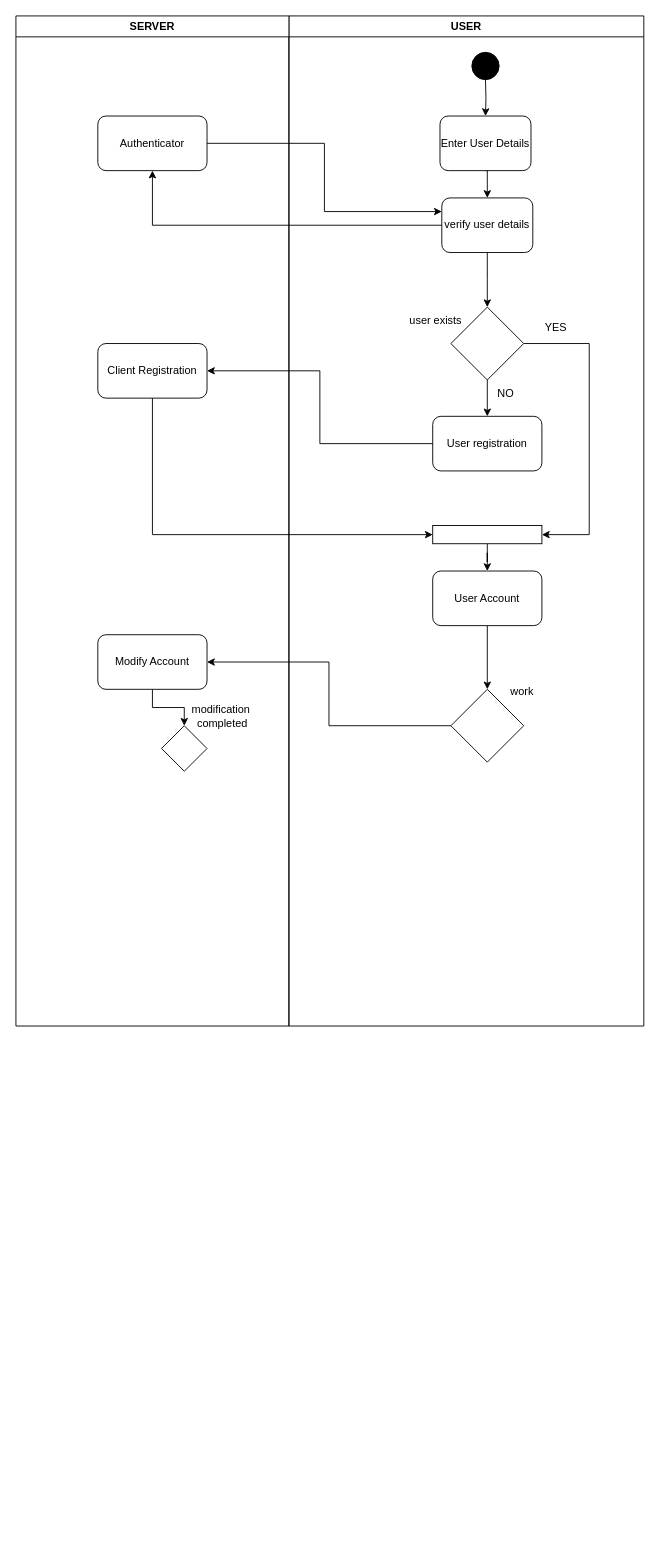
Earlier version of the draw.io diagram Activity Diagram Lab 5.drawio (Jainil2004/SEPM). Source tidied: cells renumbered, new cells numbered last; positions are measured from the earlier drawing's top-left corner, leaving out a move shared by most shapes. Both pictures are drawn from the tidied source at 91%, with x=0, y=0 at pixel (15, 15).
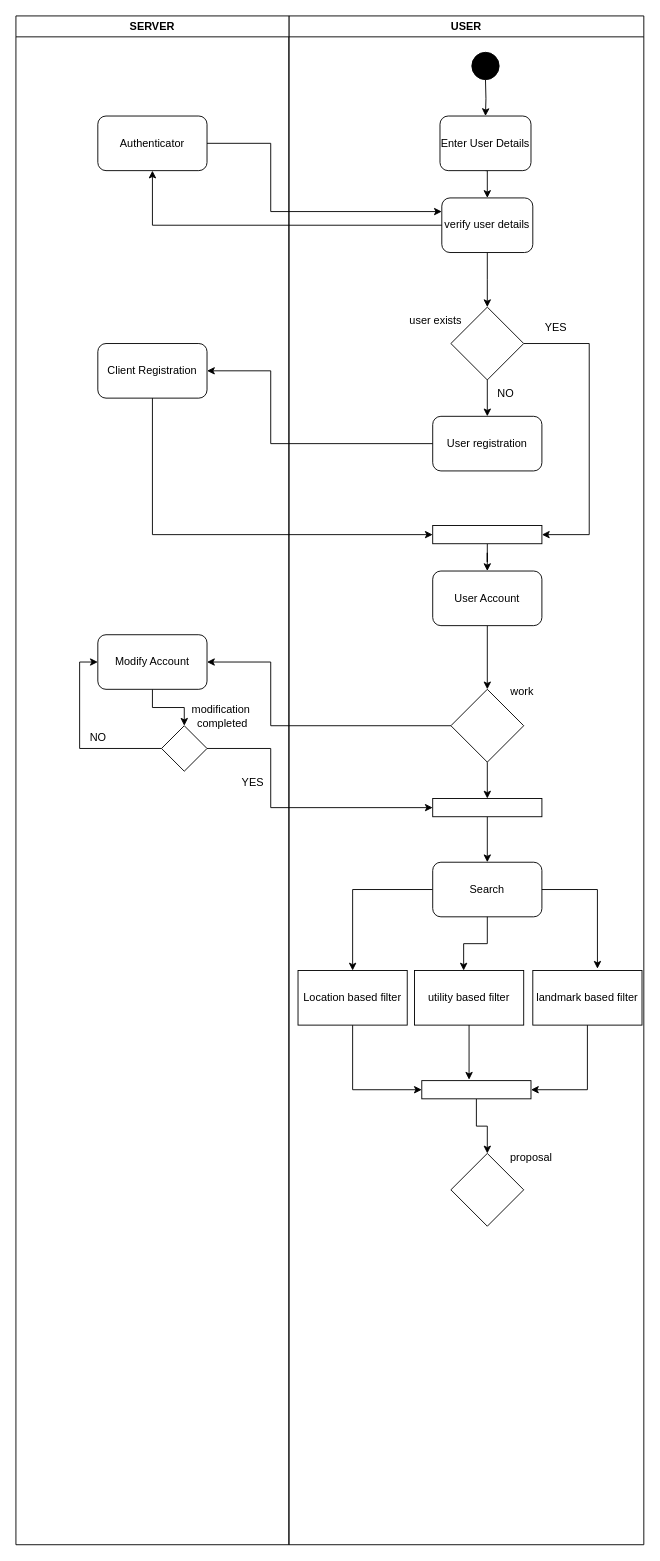
Above is the later version.

Unchanged cells that the change refers to:
```xml
<mxCell id="8" value="verify user details" style="rounded=1;whiteSpace=wrap;html=1;strokeColor=default;align=center;verticalAlign=middle;fontFamily=Helvetica;fontSize=12;fontColor=default;fillColor=default;" parent="2" vertex="1">
  <mxGeometry x="168" y="200" width="100" height="60" as="geometry" />
</mxCell>
<mxCell id="12" value="User registration" style="rounded=1;whiteSpace=wrap;html=1;strokeColor=default;align=center;verticalAlign=middle;fontFamily=Helvetica;fontSize=12;fontColor=default;fillColor=default;" parent="2" vertex="1">
  <mxGeometry x="158" y="440" width="120" height="60" as="geometry" />
</mxCell>
<mxCell id="18" style="rhombus;whiteSpace=wrap;html=1;strokeColor=default;align=center;verticalAlign=middle;fontFamily=Helvetica;fontSize=12;fontColor=default;fillColor=default;" parent="2" vertex="1">
  <mxGeometry x="178" y="740" width="80" height="80" as="geometry" />
</mxCell>
<mxCell id="23" value="Authenticator" style="rounded=1;whiteSpace=wrap;html=1;strokeColor=default;align=center;verticalAlign=middle;fontFamily=Helvetica;fontSize=12;fontColor=default;fillColor=default;" parent="22" vertex="1">
  <mxGeometry x="90" y="110" width="120" height="60" as="geometry" />
</mxCell>
<mxCell id="24" value="Client Registration" style="rounded=1;whiteSpace=wrap;html=1;strokeColor=default;align=center;verticalAlign=middle;fontFamily=Helvetica;fontSize=12;fontColor=default;fillColor=default;" parent="22" vertex="1">
  <mxGeometry x="90" y="360" width="120" height="60" as="geometry" />
</mxCell>
<mxCell id="26" value="Modify Account" style="rounded=1;whiteSpace=wrap;html=1;strokeColor=default;align=center;verticalAlign=middle;fontFamily=Helvetica;fontSize=12;fontColor=default;fillColor=default;" parent="22" vertex="1">
  <mxGeometry x="90" y="680" width="120" height="60" as="geometry" />
</mxCell>
<mxCell id="27" style="rhombus;whiteSpace=wrap;html=1;strokeColor=default;align=center;verticalAlign=middle;fontFamily=Helvetica;fontSize=12;fontColor=default;fillColor=default;" parent="22" vertex="1">
  <mxGeometry x="160" y="780" width="50" height="50" as="geometry" />
</mxCell>
```

What changed in the source:
```diff
@@
     <mxCell id="2" value="USER" style="swimlane;whiteSpace=wrap;html=1;" parent="1" vertex="1">
-      <mxGeometry x="300" width="390" height="1110" as="geometry" />
+      <mxGeometry x="300" width="390" height="1680" as="geometry" />
     </mxCell>
@@
+    <mxCell id="34" style="edgeStyle=orthogonalEdgeStyle;rounded=0;jettySize=auto;html=1;entryX=0.5;entryY=0;entryDx=0;entryDy=0;fontFamily=Helvetica;fontSize=12;fontColor=default;" parent="2" edge="1" source="18" target="38">
+      <mxGeometry relative="1" as="geometry" />
+    </mxCell>
@@
+    <mxCell id="35" style="edgeStyle=orthogonalEdgeStyle;rounded=0;jettySize=auto;html=1;entryX=0.5;entryY=0;entryDx=0;entryDy=0;fontFamily=Helvetica;fontSize=12;fontColor=default;" parent="2" edge="1" source="36" target="40">
+      <mxGeometry relative="1" as="geometry" />
+    </mxCell>
+    <mxCell id="36" value="&lt;div&gt;Search&lt;/div&gt;" style="rounded=1;whiteSpace=wrap;html=1;strokeColor=default;align=center;verticalAlign=middle;fontFamily=Helvetica;fontSize=12;fontColor=default;fillColor=default;" parent="2" vertex="1">
+      <mxGeometry x="158" y="930" width="120" height="60" as="geometry" />
+    </mxCell>
+    <mxCell id="37" style="edgeStyle=orthogonalEdgeStyle;rounded=0;jettySize=auto;html=1;entryX=0.5;entryY=0;entryDx=0;entryDy=0;fontFamily=Helvetica;fontSize=12;fontColor=default;" parent="2" edge="1" source="38" target="36">
+      <mxGeometry relative="1" as="geometry" />
+    </mxCell>
+    <mxCell id="38" style="rounded=0;whiteSpace=wrap;html=1;strokeColor=default;align=center;verticalAlign=middle;fontFamily=Helvetica;fontSize=12;fontColor=default;fillColor=default;" parent="2" vertex="1">
+      <mxGeometry x="158" y="860" width="120" height="20" as="geometry" />
+    </mxCell>
+    <mxCell id="39" style="edgeStyle=orthogonalEdgeStyle;rounded=0;jettySize=auto;html=1;entryX=0;entryY=0.5;entryDx=0;entryDy=0;fontFamily=Helvetica;fontSize=12;fontColor=default;" parent="2" edge="1" source="40" target="47">
+      <mxGeometry relative="1" as="geometry">
+        <Array as="points">
+          <mxPoint x="70" y="1180" />
+        </Array>
+      </mxGeometry>
+    </mxCell>
+    <mxCell id="40" value="Location based filter" style="whiteSpace=wrap;html=1;strokeColor=default;align=center;verticalAlign=middle;fontFamily=Helvetica;fontSize=12;fontColor=default;fillColor=default;" parent="2" vertex="1">
+      <mxGeometry x="10" y="1049" width="120" height="60" as="geometry" />
+    </mxCell>
+    <mxCell id="41" style="edgeStyle=orthogonalEdgeStyle;rounded=0;jettySize=auto;html=1;entryX=1;entryY=0.5;entryDx=0;entryDy=0;fontFamily=Helvetica;fontSize=12;fontColor=default;" parent="2" edge="1" source="42" target="47">
+      <mxGeometry relative="1" as="geometry">
+        <Array as="points">
+          <mxPoint x="328" y="1180" />
+        </Array>
+      </mxGeometry>
+    </mxCell>
+    <mxCell id="42" value="landmark based filter" style="whiteSpace=wrap;html=1;strokeColor=default;align=center;verticalAlign=middle;fontFamily=Helvetica;fontSize=12;fontColor=default;fillColor=default;" parent="2" vertex="1">
+      <mxGeometry x="268" y="1049" width="120" height="60" as="geometry" />
+    </mxCell>
+    <mxCell id="43" value="utility based filter" style="whiteSpace=wrap;html=1;strokeColor=default;align=center;verticalAlign=middle;fontFamily=Helvetica;fontSize=12;fontColor=default;fillColor=default;" parent="2" vertex="1">
+      <mxGeometry x="138" y="1049" width="120" height="60" as="geometry" />
+    </mxCell>
+    <mxCell id="44" style="edgeStyle=orthogonalEdgeStyle;rounded=0;jettySize=auto;html=1;entryX=0.45;entryY=0;entryDx=0;entryDy=0;entryPerimeter=0;fontFamily=Helvetica;fontSize=12;fontColor=default;" parent="2" edge="1" source="36" target="43">
+      <mxGeometry relative="1" as="geometry" />
+    </mxCell>
+    <mxCell id="45" style="edgeStyle=orthogonalEdgeStyle;rounded=0;jettySize=auto;html=1;entryX=0.592;entryY=-0.033;entryDx=0;entryDy=0;entryPerimeter=0;fontFamily=Helvetica;fontSize=12;fontColor=default;" parent="2" edge="1" source="36" target="42">
+      <mxGeometry relative="1" as="geometry">
+        <Array as="points">
+          <mxPoint x="339" y="960" />
+        </Array>
+      </mxGeometry>
+    </mxCell>
+    <mxCell id="46" style="edgeStyle=orthogonalEdgeStyle;rounded=0;jettySize=auto;html=1;entryX=0.5;entryY=0;entryDx=0;entryDy=0;fontFamily=Helvetica;fontSize=12;fontColor=default;" parent="2" edge="1" source="47" target="49">
+      <mxGeometry relative="1" as="geometry" />
+    </mxCell>
+    <mxCell id="47" style="rounded=0;whiteSpace=wrap;html=1;strokeColor=default;align=center;verticalAlign=middle;fontFamily=Helvetica;fontSize=12;fontColor=default;fillColor=default;" parent="2" vertex="1">
+      <mxGeometry x="146" y="1170" width="120" height="20" as="geometry" />
+    </mxCell>
+    <mxCell id="48" style="edgeStyle=orthogonalEdgeStyle;rounded=0;jettySize=auto;html=1;entryX=0.433;entryY=-0.05;entryDx=0;entryDy=0;entryPerimeter=0;fontFamily=Helvetica;fontSize=12;fontColor=default;" parent="2" edge="1" source="43" target="47">
+      <mxGeometry relative="1" as="geometry" />
+    </mxCell>
+    <mxCell id="49" style="rhombus;whiteSpace=wrap;html=1;strokeColor=default;align=center;verticalAlign=middle;fontFamily=Helvetica;fontSize=12;fontColor=default;fillColor=default;" parent="2" vertex="1">
+      <mxGeometry x="178" y="1250" width="80" height="80" as="geometry" />
+    </mxCell>
+    <mxCell id="50" value="proposal" style="text;html=1;align=center;verticalAlign=middle;strokeColor=none;fillColor=none;fontFamily=Helvetica;fontSize=12;fontColor=default;" parent="2" vertex="1">
+      <mxGeometry x="231" y="1240" width="70" height="30" as="geometry" />
+    </mxCell>
     <mxCell id="22" value="SERVER" style="swimlane;whiteSpace=wrap;html=1;" parent="1" vertex="1">
-      <mxGeometry width="300" height="1110" as="geometry" />
+      <mxGeometry width="300" height="1680" as="geometry" />
     </mxCell>
@@
+    <mxCell id="51" style="edgeStyle=orthogonalEdgeStyle;rounded=0;jettySize=auto;html=1;entryX=0;entryY=0.5;entryDx=0;entryDy=0;fontFamily=Helvetica;fontSize=12;fontColor=default;" parent="22" edge="1" source="27" target="26">
+      <mxGeometry relative="1" as="geometry">
+        <Array as="points">
+          <mxPoint x="70" y="805" />
+          <mxPoint x="70" y="710" />
+        </Array>
+      </mxGeometry>
+    </mxCell>
@@
     <mxCell id="30" style="edgeStyle=orthogonalEdgeStyle;rounded=0;jettySize=auto;html=1;entryX=0;entryY=0.25;entryDx=0;entryDy=0;fontFamily=Helvetica;fontSize=12;fontColor=default;" parent="1" edge="1" source="23" target="8">
-      <mxGeometry relative="1" as="geometry" />
+      <mxGeometry relative="1" as="geometry">
+        <Array as="points">
+          <mxPoint x="280" y="140" />
+          <mxPoint x="280" y="215" />
+        </Array>
+      </mxGeometry>
     </mxCell>
     <mxCell id="31" style="edgeStyle=orthogonalEdgeStyle;rounded=0;jettySize=auto;html=1;entryX=1;entryY=0.5;entryDx=0;entryDy=0;fontFamily=Helvetica;fontSize=12;fontColor=default;" parent="1" edge="1" source="12" target="24">
-      <mxGeometry relative="1" as="geometry" />
+      <mxGeometry relative="1" as="geometry">
+        <Array as="points">
+          <mxPoint x="280" y="470" />
+          <mxPoint x="280" y="390" />
+        </Array>
+      </mxGeometry>
     </mxCell>
@@
     <mxCell id="33" style="edgeStyle=orthogonalEdgeStyle;rounded=0;jettySize=auto;html=1;entryX=1;entryY=0.5;entryDx=0;entryDy=0;fontFamily=Helvetica;fontSize=12;fontColor=default;" parent="1" edge="1" source="18" target="26">
-      <mxGeometry relative="1" as="geometry" />
+      <mxGeometry relative="1" as="geometry">
+        <Array as="points">
+          <mxPoint x="280" y="780" />
+          <mxPoint x="280" y="710" />
+        </Array>
+      </mxGeometry>
     </mxCell>
+    <mxCell id="52" value="NO" style="text;html=1;align=center;verticalAlign=middle;strokeColor=none;fillColor=none;fontFamily=Helvetica;fontSize=12;fontColor=default;" parent="1" vertex="1">
+      <mxGeometry x="70" y="778" width="40" height="30" as="geometry" />
+    </mxCell>
+    <mxCell id="53" style="edgeStyle=orthogonalEdgeStyle;rounded=0;jettySize=auto;html=1;entryX=0;entryY=0.5;entryDx=0;entryDy=0;fontFamily=Helvetica;fontSize=12;fontColor=default;" parent="1" edge="1" source="27" target="38">
+      <mxGeometry relative="1" as="geometry">
+        <Array as="points">
+          <mxPoint x="280" y="805" />
+          <mxPoint x="280" y="870" />
+        </Array>
+      </mxGeometry>
+    </mxCell>
+    <mxCell id="54" value="YES" style="text;html=1;align=center;verticalAlign=middle;strokeColor=none;fillColor=none;fontFamily=Helvetica;fontSize=12;fontColor=default;" parent="1" vertex="1">
+      <mxGeometry x="235" y="828" width="50" height="30" as="geometry" />
+    </mxCell>
```
